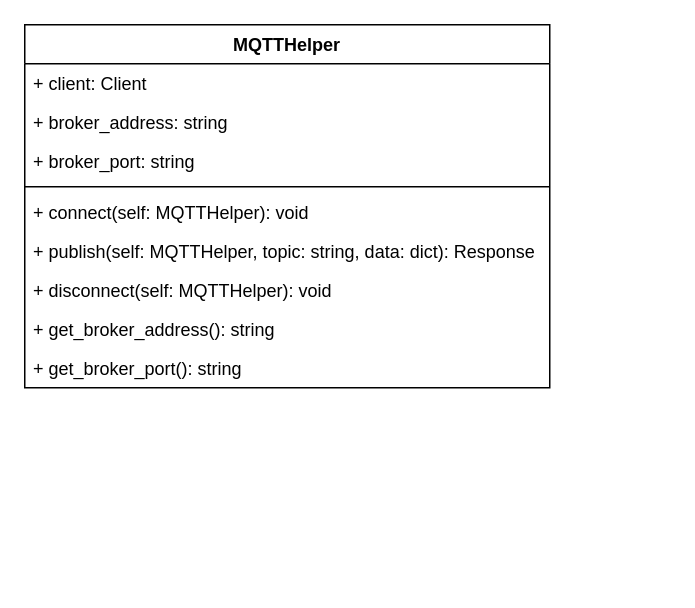
This is diagrams/mqtthelper_class.drawio from phuonganhcorn/iot-sensor-data-simulator, a draw.io file, before an edit. Source tidied: cells renumbered, new cells numbered last; positions are measured from the earlier drawing's top-left corner, leaving out a move shared by most shapes. Both pictures are drawn from the tidied source at 150%, with x=0, y=0 at pixel (24, 24).
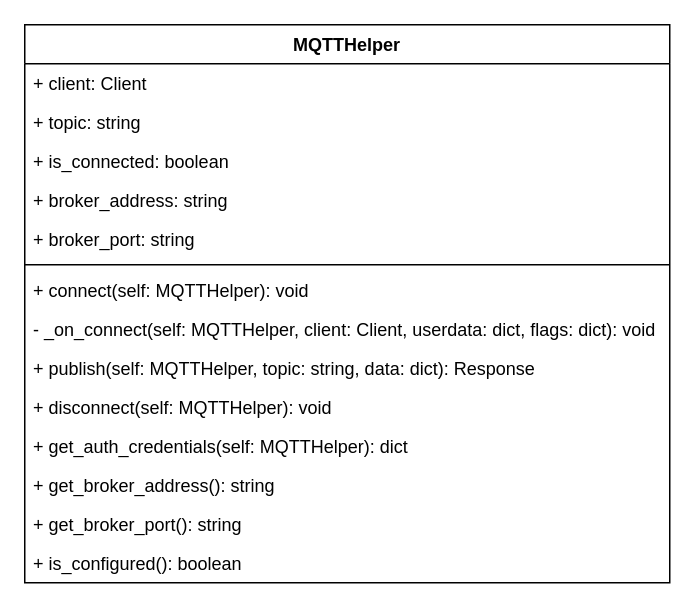
The same diagram, later.

Change to the diagram source:
```diff
@@
 <mxGraphModel>
   <root>
     <mxCell id="0" />
     <mxCell id="1" parent="0" />
     <mxCell id="2" value="MQTTHelper" style="swimlane;fontStyle=1;align=center;verticalAlign=top;horizontal=1;startSize=26;" parent="1" vertex="1">
-      <mxGeometry width="350" height="242" as="geometry" />
+      <mxGeometry width="430" height="372" as="geometry" />
     </mxCell>
     <mxCell id="3" value="+ client: Client" style="text;strokeColor=none;fillColor=none;align=left;verticalAlign=top;spacingLeft=4;spacingRight=4;overflow=hidden;" parent="2" vertex="1">
-      <mxGeometry y="26" width="350" height="26" as="geometry" />
+      <mxGeometry y="26" width="430" height="26" as="geometry" />
     </mxCell>
+    <mxCell id="12" value="+ topic: string" style="text;strokeColor=none;fillColor=none;align=left;verticalAlign=top;spacingLeft=4;spacingRight=4;overflow=hidden;" parent="2" vertex="1">
+      <mxGeometry y="52" width="430" height="26" as="geometry" />
+    </mxCell>
+    <mxCell id="13" value="+ is_connected: boolean" style="text;strokeColor=none;fillColor=none;align=left;verticalAlign=top;spacingLeft=4;spacingRight=4;overflow=hidden;" parent="2" vertex="1">
+      <mxGeometry y="78" width="430" height="26" as="geometry" />
+    </mxCell>
     <mxCell id="4" value="+ broker_address: string" style="text;strokeColor=none;fillColor=none;align=left;verticalAlign=top;spacingLeft=4;spacingRight=4;overflow=hidden;" parent="2" vertex="1">
-      <mxGeometry y="52" width="350" height="26" as="geometry" />
+      <mxGeometry y="104" width="430" height="26" as="geometry" />
     </mxCell>
     <mxCell id="5" value="+ broker_port: string" style="text;strokeColor=none;fillColor=none;align=left;verticalAlign=top;spacingLeft=4;spacingRight=4;overflow=hidden;" parent="2" vertex="1">
-      <mxGeometry y="78" width="350" height="26" as="geometry" />
+      <mxGeometry y="130" width="430" height="26" as="geometry" />
     </mxCell>
     <mxCell id="6" style="line;strokeWidth=1;fillColor=none;align=left;verticalAlign=middle;spacingTop=-1;spacingLeft=3;spacingRight=3;labelPosition=right;strokeColor=inherit;" parent="2" vertex="1">
-      <mxGeometry y="104" width="350" height="8" as="geometry" />
+      <mxGeometry y="156" width="430" height="8" as="geometry" />
     </mxCell>
     <mxCell id="7" value="+ connect(self: MQTTHelper): void" style="text;strokeColor=none;fillColor=none;align=left;verticalAlign=top;spacingLeft=4;spacingRight=4;overflow=hidden;" parent="2" vertex="1">
-      <mxGeometry y="112" width="350" height="26" as="geometry" />
+      <mxGeometry y="164" width="430" height="26" as="geometry" />
     </mxCell>
+    <mxCell id="14" value="- _on_connect(self: MQTTHelper, client: Client, userdata: dict, flags: dict): void" style="text;strokeColor=none;fillColor=none;align=left;verticalAlign=top;spacingLeft=4;spacingRight=4;overflow=hidden;" parent="2" vertex="1">
+      <mxGeometry y="190" width="430" height="26" as="geometry" />
+    </mxCell>
     <mxCell id="8" value="+ publish(self: MQTTHelper, topic: string, data: dict): Response" style="text;strokeColor=none;fillColor=none;align=left;verticalAlign=top;spacingLeft=4;spacingRight=4;overflow=hidden;" parent="2" vertex="1">
-      <mxGeometry y="138" width="350" height="26" as="geometry" />
+      <mxGeometry y="216" width="430" height="26" as="geometry" />
     </mxCell>
     <mxCell id="9" value="+ disconnect(self: MQTTHelper): void" style="text;strokeColor=none;fillColor=none;align=left;verticalAlign=top;spacingLeft=4;spacingRight=4;overflow=hidden;" parent="2" vertex="1">
-      <mxGeometry y="164" width="350" height="26" as="geometry" />
+      <mxGeometry y="242" width="430" height="26" as="geometry" />
     </mxCell>
+    <mxCell id="15" value="+ get_auth_credentials(self: MQTTHelper): dict" style="text;strokeColor=none;fillColor=none;align=left;verticalAlign=top;spacingLeft=4;spacingRight=4;overflow=hidden;" parent="2" vertex="1">
+      <mxGeometry y="268" width="430" height="26" as="geometry" />
+    </mxCell>
     <mxCell id="10" value="+ get_broker_address(): string" style="text;strokeColor=none;fillColor=none;align=left;verticalAlign=top;spacingLeft=4;spacingRight=4;overflow=hidden;" parent="2" vertex="1">
-      <mxGeometry y="190" width="350" height="26" as="geometry" />
+      <mxGeometry y="294" width="430" height="26" as="geometry" />
     </mxCell>
     <mxCell id="11" value="+ get_broker_port(): string" style="text;strokeColor=none;fillColor=none;align=left;verticalAlign=top;spacingLeft=4;spacingRight=4;overflow=hidden;" parent="2" vertex="1">
-      <mxGeometry y="216" width="350" height="26" as="geometry" />
+      <mxGeometry y="320" width="430" height="26" as="geometry" />
     </mxCell>
+    <mxCell id="16" value="+ is_configured(): boolean" style="text;strokeColor=none;fillColor=none;align=left;verticalAlign=top;spacingLeft=4;spacingRight=4;overflow=hidden;" parent="2" vertex="1">
+      <mxGeometry y="346" width="430" height="26" as="geometry" />
+    </mxCell>
   </root>
 </mxGraphModel>
```
